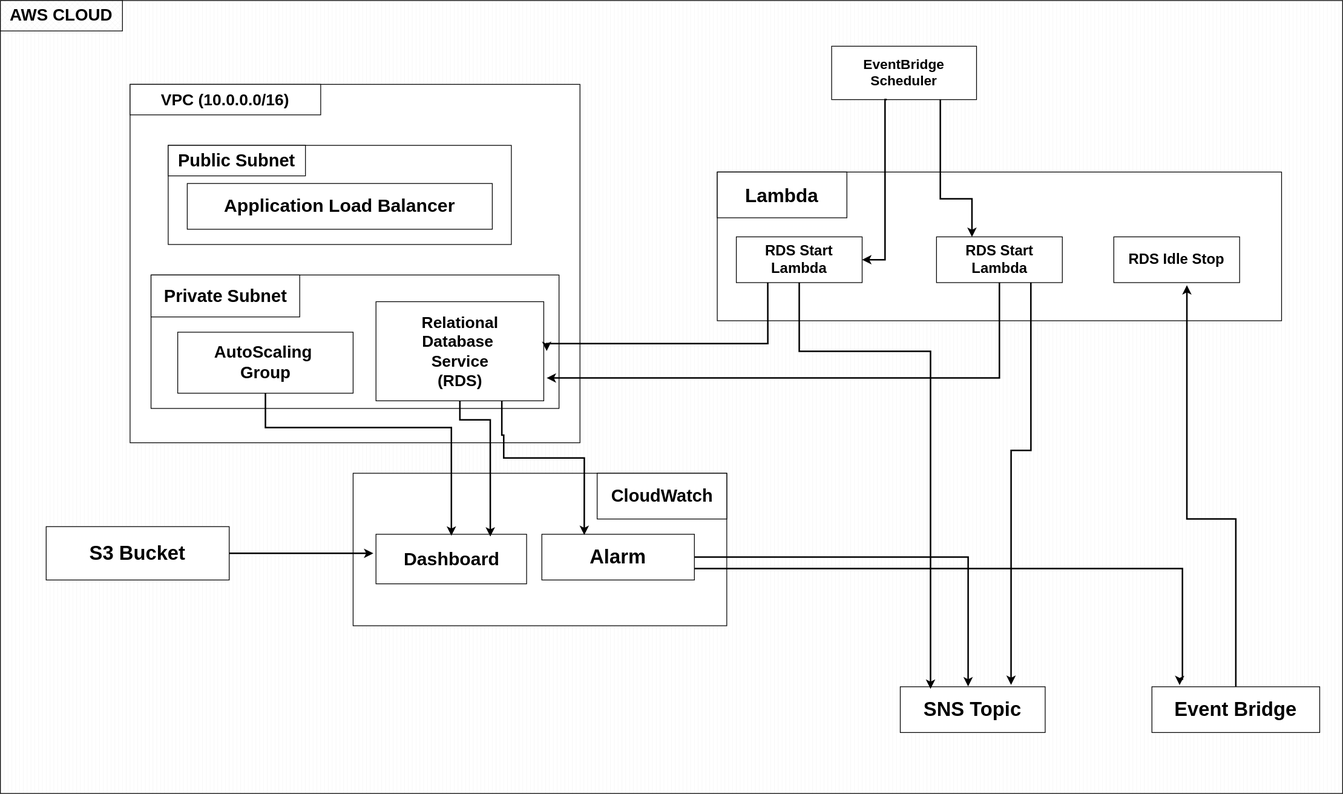
Earlier version of the draw.io export Project 1/diagrams/FinOps Architecture Diagram.svg (swapnil-lakra/AWS-Real-World-Problem-Solving-Projects). Source tidied: cells renumbered, new cells last; positions are measured from the earlier drawing's top-left corner, leaving out a move shared by most shapes.
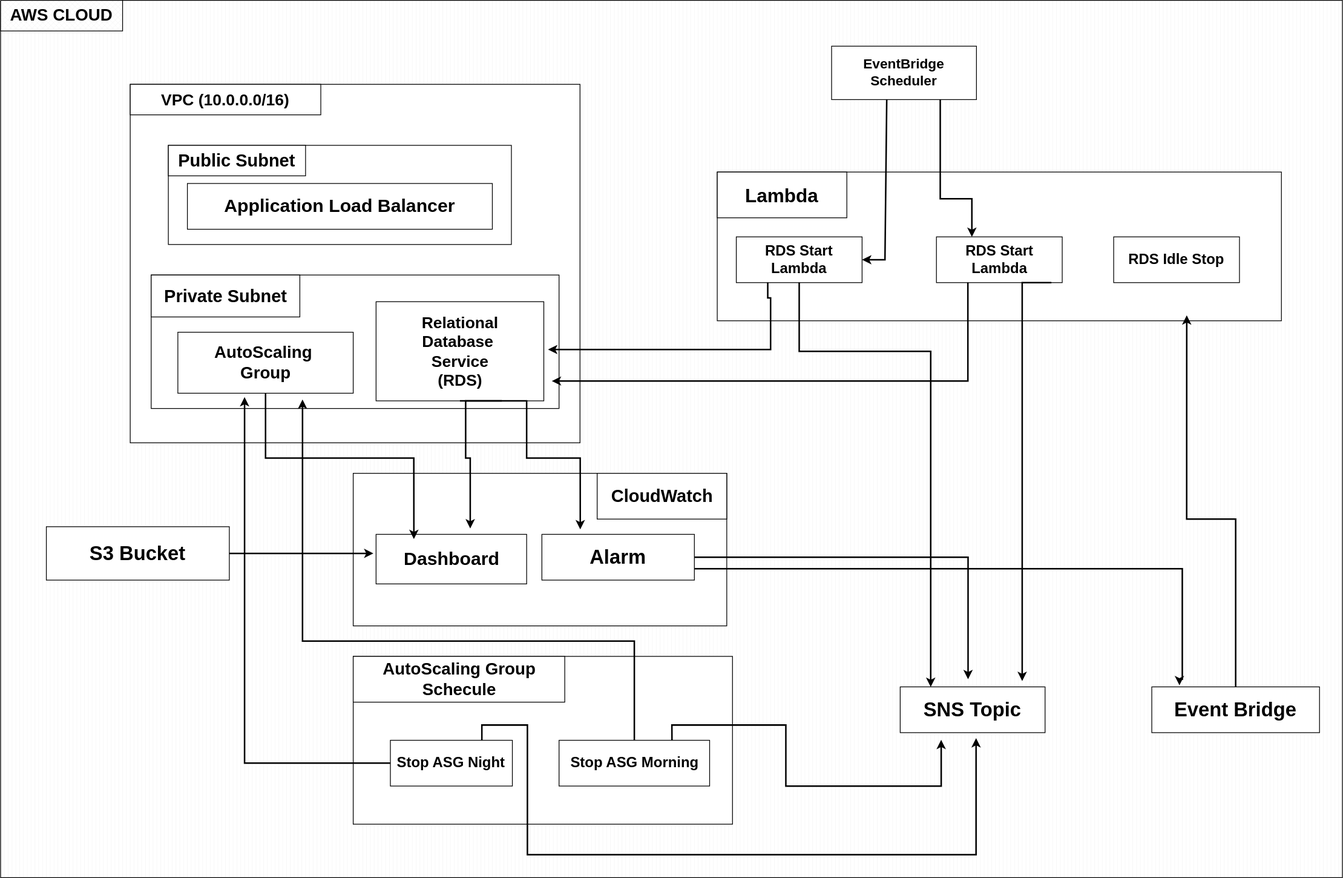
After the change.

Commit message:
Updated Architecture Diagram

Diff of the diagram source:
```diff
@@ -3,7 +3,7 @@
     <mxCell id="0" />
     <mxCell id="1" parent="0" />
     <mxCell id="2" style="verticalLabelPosition=bottom;verticalAlign=top;html=1;shape=mxgraph.basic.patternFillRect;fillStyle=vert;step=5;fillStrokeWidth=0.2;fillStrokeColor=#dddddd;" parent="1" vertex="1">
-      <mxGeometry width="1760" height="1040" as="geometry" />
+      <mxGeometry width="1760" height="1150" as="geometry" />
     </mxCell>
     <mxCell id="3" style="verticalLabelPosition=bottom;verticalAlign=top;html=1;shape=mxgraph.basic.patternFillRect;fillStyle=diagGrid;step=5;fillStrokeWidth=0.2;fillStrokeColor=#dddddd;" parent="1" vertex="1">
       <mxGeometry width="160" height="40" as="geometry" />
@@ -68,14 +68,6 @@
     <mxCell id="23" value="&lt;b&gt;&lt;font style=&quot;font-size: 25px;&quot;&gt;Lambda&lt;/font&gt;&lt;/b&gt;" style="rounded=0;whiteSpace=wrap;html=1;" parent="1" vertex="1">
       <mxGeometry x="940" y="225" width="170" height="60" as="geometry" />
     </mxCell>
-    <mxCell id="24" style="edgeStyle=orthogonalEdgeStyle;rounded=0;jettySize=auto;html=1;exitX=0.5;exitY=1;exitDx=0;exitDy=0;entryX=0.336;entryY=0.675;entryDx=0;entryDy=0;entryPerimeter=0;strokeWidth=2;" parent="1" edge="1" source="15" target="2">
-      <mxGeometry relative="1" as="geometry">
-        <Array as="points">
-          <mxPoint x="348" y="560" />
-          <mxPoint x="591" y="560" />
-        </Array>
-      </mxGeometry>
-    </mxCell>
     <mxCell id="25" style="edgeStyle=orthogonalEdgeStyle;rounded=0;jettySize=auto;html=1;exitX=1;exitY=0.5;exitDx=0;exitDy=0;strokeWidth=2;" parent="1" edge="1" source="9">
       <mxGeometry relative="1" as="geometry">
         <mxPoint x="490" y="725" as="targetPoint" />
@@ -84,31 +76,14 @@
         </Array>
       </mxGeometry>
     </mxCell>
-    <mxCell id="26" style="edgeStyle=orthogonalEdgeStyle;rounded=0;jettySize=auto;html=1;exitX=0.5;exitY=1;exitDx=0;exitDy=0;entryX=0.365;entryY=0.676;entryDx=0;entryDy=0;entryPerimeter=0;strokeWidth=2;" parent="1" edge="1" source="16" target="2">
-      <mxGeometry relative="1" as="geometry">
-        <Array as="points">
-          <mxPoint x="603" y="550" />
-          <mxPoint x="642" y="550" />
-        </Array>
-      </mxGeometry>
-    </mxCell>
-    <mxCell id="27" style="edgeStyle=orthogonalEdgeStyle;rounded=0;jettySize=auto;html=1;exitX=1;exitY=0.5;exitDx=0;exitDy=0;entryX=0.721;entryY=0.865;entryDx=0;entryDy=0;entryPerimeter=0;strokeWidth=2;" parent="1" edge="1" source="19" target="2">
+    <mxCell id="27" style="edgeStyle=orthogonalEdgeStyle;rounded=0;jettySize=auto;html=1;exitX=1;exitY=0.5;exitDx=0;exitDy=0;strokeWidth=2;" parent="1" edge="1" source="19">
       <mxGeometry relative="1" as="geometry">
+        <mxPoint x="1270" y="890" as="targetPoint" />
         <Array as="points">
           <mxPoint x="1269" y="730" />
         </Array>
       </mxGeometry>
     </mxCell>
-    <mxCell id="28" style="edgeStyle=orthogonalEdgeStyle;rounded=0;jettySize=auto;html=1;exitX=0.75;exitY=1;exitDx=0;exitDy=0;entryX=0.435;entryY=0.674;entryDx=0;entryDy=0;entryPerimeter=0;strokeWidth=2;" parent="1" edge="1" source="16" target="2">
-      <mxGeometry relative="1" as="geometry">
-        <Array as="points">
-          <mxPoint x="658" y="570" />
-          <mxPoint x="660" y="570" />
-          <mxPoint x="660" y="600" />
-          <mxPoint x="766" y="600" />
-        </Array>
-      </mxGeometry>
-    </mxCell>
     <mxCell id="29" value="&lt;b&gt;&lt;font style=&quot;font-size: 19px;&quot;&gt;RDS Start Lambda&lt;/font&gt;&lt;/b&gt;" style="rounded=0;whiteSpace=wrap;html=1;" parent="1" vertex="1">
       <mxGeometry x="965" y="310" width="165" height="60" as="geometry" />
     </mxCell>
@@ -127,37 +102,15 @@
     <mxCell id="32" value="&lt;b&gt;&lt;font style=&quot;font-size: 19px;&quot;&gt;RDS Idle Stop&lt;/font&gt;&lt;/b&gt;" style="rounded=0;whiteSpace=wrap;html=1;" parent="1" vertex="1">
       <mxGeometry x="1460" y="310" width="165" height="60" as="geometry" />
     </mxCell>
-    <mxCell id="33" style="edgeStyle=orthogonalEdgeStyle;rounded=0;jettySize=auto;html=1;exitX=0.25;exitY=1;exitDx=0;exitDy=0;entryX=0.407;entryY=0.442;entryDx=0;entryDy=0;entryPerimeter=0;strokeWidth=2;" parent="1" edge="1" source="29" target="2">
-      <mxGeometry relative="1" as="geometry">
-        <Array as="points">
-          <mxPoint x="1006" y="450" />
-          <mxPoint x="716" y="450" />
-        </Array>
-      </mxGeometry>
-    </mxCell>
-    <mxCell id="34" style="edgeStyle=orthogonalEdgeStyle;rounded=0;jettySize=auto;html=1;entryX=0.407;entryY=0.476;entryDx=0;entryDy=0;entryPerimeter=0;strokeWidth=2;" parent="1" edge="1" source="30" target="2">
-      <mxGeometry relative="1" as="geometry">
-        <Array as="points">
-          <mxPoint x="1310" y="495" />
-        </Array>
-      </mxGeometry>
-    </mxCell>
-    <mxCell id="35" style="edgeStyle=orthogonalEdgeStyle;rounded=0;jettySize=auto;html=1;exitX=0.5;exitY=1;exitDx=0;exitDy=0;entryX=0.693;entryY=0.868;entryDx=0;entryDy=0;entryPerimeter=0;strokeWidth=2;" parent="1" edge="1" source="29" target="2">
+    <mxCell id="35" style="edgeStyle=orthogonalEdgeStyle;rounded=0;jettySize=auto;html=1;exitX=0.5;exitY=1;exitDx=0;exitDy=0;strokeWidth=2;" parent="1" edge="1" source="29">
       <mxGeometry relative="1" as="geometry">
+        <mxPoint x="1220" y="900" as="targetPoint" />
         <Array as="points">
           <mxPoint x="1048" y="460" />
           <mxPoint x="1220" y="460" />
         </Array>
       </mxGeometry>
     </mxCell>
-    <mxCell id="36" style="edgeStyle=orthogonalEdgeStyle;rounded=0;jettySize=auto;html=1;exitX=0.75;exitY=1;exitDx=0;exitDy=0;entryX=0.753;entryY=0.863;entryDx=0;entryDy=0;entryPerimeter=0;strokeWidth=2;" parent="1" edge="1" source="30" target="2">
-      <mxGeometry relative="1" as="geometry">
-        <Array as="points">
-          <mxPoint x="1351" y="590" />
-          <mxPoint x="1325" y="590" />
-        </Array>
-      </mxGeometry>
-    </mxCell>
     <mxCell id="37" style="edgeStyle=orthogonalEdgeStyle;rounded=0;jettySize=auto;html=1;exitX=0.5;exitY=0;exitDx=0;exitDy=0;entryX=0.884;entryY=0.359;entryDx=0;entryDy=0;entryPerimeter=0;strokeWidth=2;" parent="1" edge="1" source="21" target="2">
       <mxGeometry relative="1" as="geometry">
         <Array as="points">
@@ -187,5 +140,99 @@
         </Array>
       </mxGeometry>
     </mxCell>
+    <mxCell id="41" style="rounded=0;whiteSpace=wrap;html=1;" parent="1" vertex="1">
+      <mxGeometry x="462.5" y="860" width="497.5" height="220" as="geometry" />
+    </mxCell>
+    <mxCell id="42" value="&lt;b&gt;&lt;font style=&quot;font-size: 22px;&quot;&gt;AutoScaling Group Schecule&lt;/font&gt;&lt;/b&gt;" style="rounded=0;whiteSpace=wrap;html=1;" parent="1" vertex="1">
+      <mxGeometry x="462.5" y="860" width="277.5" height="60" as="geometry" />
+    </mxCell>
+    <mxCell id="43" style="edgeStyle=orthogonalEdgeStyle;rounded=0;orthogonalLoop=1;jettySize=auto;html=1;exitX=0.75;exitY=1;exitDx=0;exitDy=0;entryX=0.746;entryY=0.776;entryDx=0;entryDy=0;entryPerimeter=0;strokeWidth=2;" parent="1" edge="1">
+      <mxGeometry relative="1" as="geometry">
+        <mxPoint x="1378.3" y="370" as="sourcePoint" />
+        <mxPoint x="1340" y="892.4" as="targetPoint" />
+      </mxGeometry>
+    </mxCell>
+    <mxCell id="33" style="edgeStyle=orthogonalEdgeStyle;rounded=0;jettySize=auto;html=1;exitX=0.25;exitY=1;exitDx=0;exitDy=0;entryX=0.408;entryY=0.398;entryDx=0;entryDy=0;entryPerimeter=0;strokeWidth=2;" parent="1" edge="1" source="29" target="2">
+      <mxGeometry relative="1" as="geometry">
+        <Array as="points">
+          <mxPoint x="1006" y="390" />
+          <mxPoint x="1010" y="390" />
+          <mxPoint x="1010" y="458" />
+        </Array>
+      </mxGeometry>
+    </mxCell>
+    <mxCell id="44" style="edgeStyle=orthogonalEdgeStyle;rounded=0;jettySize=auto;html=1;exitX=0.25;exitY=1;exitDx=0;exitDy=0;strokeWidth=2;" parent="1" edge="1" source="30">
+      <mxGeometry relative="1" as="geometry">
+        <mxPoint x="723" y="499" as="targetPoint" />
+        <Array as="points">
+          <mxPoint x="1269" y="499" />
+        </Array>
+      </mxGeometry>
+    </mxCell>
+    <mxCell id="24" style="edgeStyle=orthogonalEdgeStyle;rounded=0;jettySize=auto;html=1;exitX=0.5;exitY=1;exitDx=0;exitDy=0;entryX=0.308;entryY=0.614;entryDx=0;entryDy=0;entryPerimeter=0;strokeWidth=2;" parent="1" edge="1" source="15" target="2">
+      <mxGeometry relative="1" as="geometry">
+        <Array as="points">
+          <mxPoint x="348" y="600" />
+          <mxPoint x="542" y="600" />
+        </Array>
+      </mxGeometry>
+    </mxCell>
+    <mxCell id="45" style="edgeStyle=orthogonalEdgeStyle;rounded=0;jettySize=auto;html=1;exitX=0.75;exitY=1;exitDx=0;exitDy=0;entryX=0.35;entryY=0.602;entryDx=0;entryDy=0;entryPerimeter=0;strokeWidth=2;" parent="1" edge="1" source="16" target="2">
+      <mxGeometry relative="1" as="geometry">
+        <Array as="points">
+          <mxPoint x="610" y="525" />
+          <mxPoint x="610" y="600" />
+          <mxPoint x="616" y="600" />
+        </Array>
+      </mxGeometry>
+    </mxCell>
+    <mxCell id="46" style="edgeStyle=orthogonalEdgeStyle;rounded=0;jettySize=auto;html=1;exitX=0.5;exitY=1;exitDx=0;exitDy=0;entryX=0.432;entryY=0.603;entryDx=0;entryDy=0;entryPerimeter=0;strokeWidth=2;" parent="1" edge="1" source="16" target="2">
+      <mxGeometry relative="1" as="geometry">
+        <Array as="points">
+          <mxPoint x="690" y="525" />
+          <mxPoint x="690" y="600" />
+          <mxPoint x="760" y="600" />
+        </Array>
+      </mxGeometry>
+    </mxCell>
+    <mxCell id="47" value="&lt;b&gt;&lt;font style=&quot;font-size: 19px;&quot;&gt;Stop ASG Night&lt;/font&gt;&lt;/b&gt;" style="rounded=0;whiteSpace=wrap;html=1;" parent="1" vertex="1">
+      <mxGeometry x="511.2" y="970" width="160" height="60" as="geometry" />
+    </mxCell>
+    <mxCell id="48" value="&lt;b&gt;&lt;font style=&quot;font-size: 19px;&quot;&gt;Stop ASG Morning&lt;/font&gt;&lt;/b&gt;" style="rounded=0;whiteSpace=wrap;html=1;" parent="1" vertex="1">
+      <mxGeometry x="732.5" y="970" width="197.5" height="60" as="geometry" />
+    </mxCell>
+    <mxCell id="49" style="edgeStyle=orthogonalEdgeStyle;rounded=0;jettySize=auto;html=1;exitX=0.75;exitY=0;exitDx=0;exitDy=0;entryX=0.701;entryY=0.843;entryDx=0;entryDy=0;entryPerimeter=0;strokeWidth=2;" parent="1" edge="1" source="48" target="2">
+      <mxGeometry relative="1" as="geometry">
+        <Array as="points">
+          <mxPoint x="881" y="950" />
+          <mxPoint x="1030" y="950" />
+          <mxPoint x="1030" y="1030" />
+          <mxPoint x="1234" y="1030" />
+        </Array>
+      </mxGeometry>
+    </mxCell>
+    <mxCell id="50" style="edgeStyle=orthogonalEdgeStyle;rounded=0;jettySize=auto;html=1;exitX=0.75;exitY=0;exitDx=0;exitDy=0;entryX=0.727;entryY=0.841;entryDx=0;entryDy=0;entryPerimeter=0;strokeWidth=2;" parent="1" edge="1" source="47" target="2">
+      <mxGeometry relative="1" as="geometry">
+        <Array as="points">
+          <mxPoint x="631" y="950" />
+          <mxPoint x="691" y="950" />
+          <mxPoint x="691" y="1120" />
+          <mxPoint x="1280" y="1120" />
+        </Array>
+      </mxGeometry>
+    </mxCell>
+    <mxCell id="51" style="edgeStyle=orthogonalEdgeStyle;rounded=0;jettySize=auto;html=1;exitX=0;exitY=0.5;exitDx=0;exitDy=0;strokeWidth=2;" parent="1" edge="1" source="47">
+      <mxGeometry relative="1" as="geometry">
+        <mxPoint x="320" y="520" as="targetPoint" />
+      </mxGeometry>
+    </mxCell>
+    <mxCell id="52" style="edgeStyle=orthogonalEdgeStyle;rounded=0;jettySize=auto;html=1;exitX=0.5;exitY=0;exitDx=0;exitDy=0;entryX=0.225;entryY=0.455;entryDx=0;entryDy=0;entryPerimeter=0;strokeWidth=2;" parent="1" edge="1" source="48" target="2">
+      <mxGeometry relative="1" as="geometry">
+        <Array as="points">
+          <mxPoint x="831" y="840" />
+          <mxPoint x="396" y="840" />
+        </Array>
+      </mxGeometry>
+    </mxCell>
   </root>
 </mxGraphModel>
```
